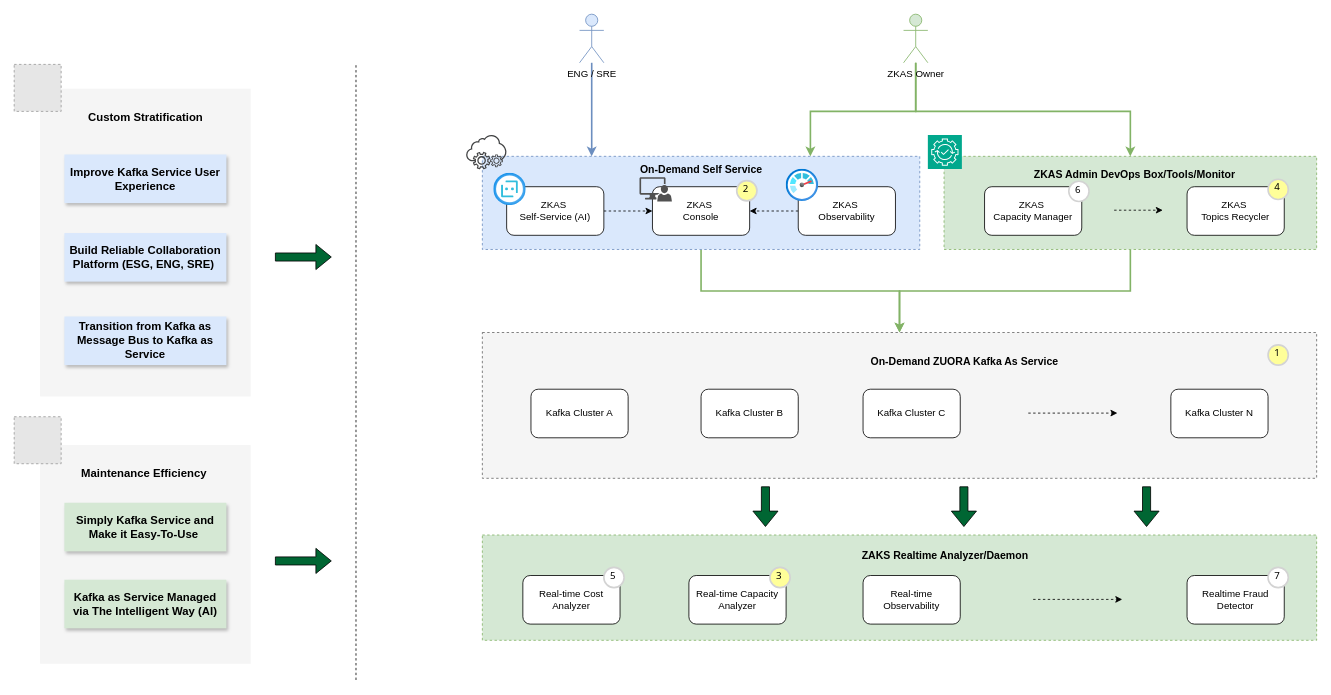
Above: Kafka as Service.drawio in jiangtao7/draw.io (draw.io), before the change. Source tidied: cells renumbered, new cells numbered last; positions are measured from the earlier drawing's top-left corner, leaving out a move shared by most shapes. Both pictures are drawn from the tidied source at 81%, with x=0, y=0 at pixel (14, 14). Pictures stored in the file or linked from it are replaced by grey dashed boxes.
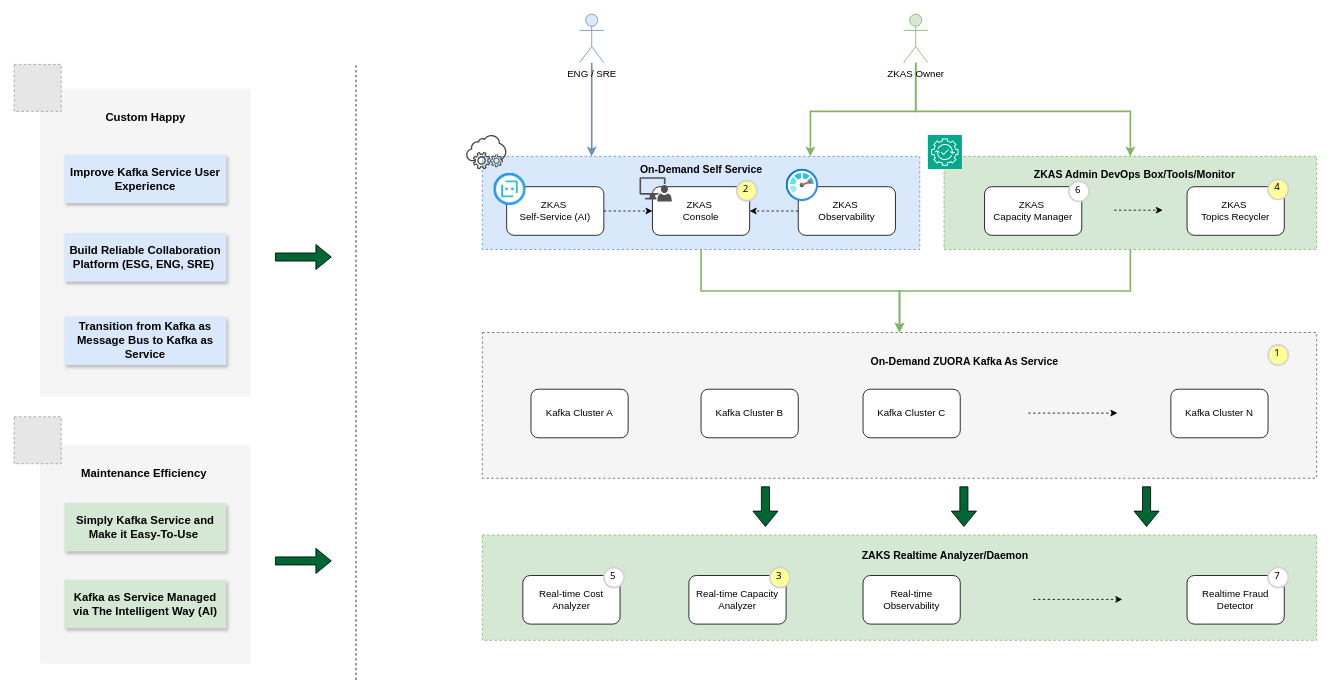
Above is the later version.

What changed in the source:
```diff
@@
-    <mxCell id="49" value="Custom Stratification" style="text;html=1;align=center;verticalAlign=middle;strokeColor=none;fillColor=none;fontSize=14;fontStyle=1;" parent="1" vertex="1">
-      <mxGeometry x="87" y="112" width="150" height="30" as="geometry" />
+    <mxCell id="49" value="Custom Happy" style="text;html=1;align=center;verticalAlign=middle;strokeColor=none;fillColor=none;fontSize=14;fontStyle=1;" parent="1" vertex="1">
+      <mxGeometry x="102" y="112" width="120" height="30" as="geometry" />
     </mxCell>
```
